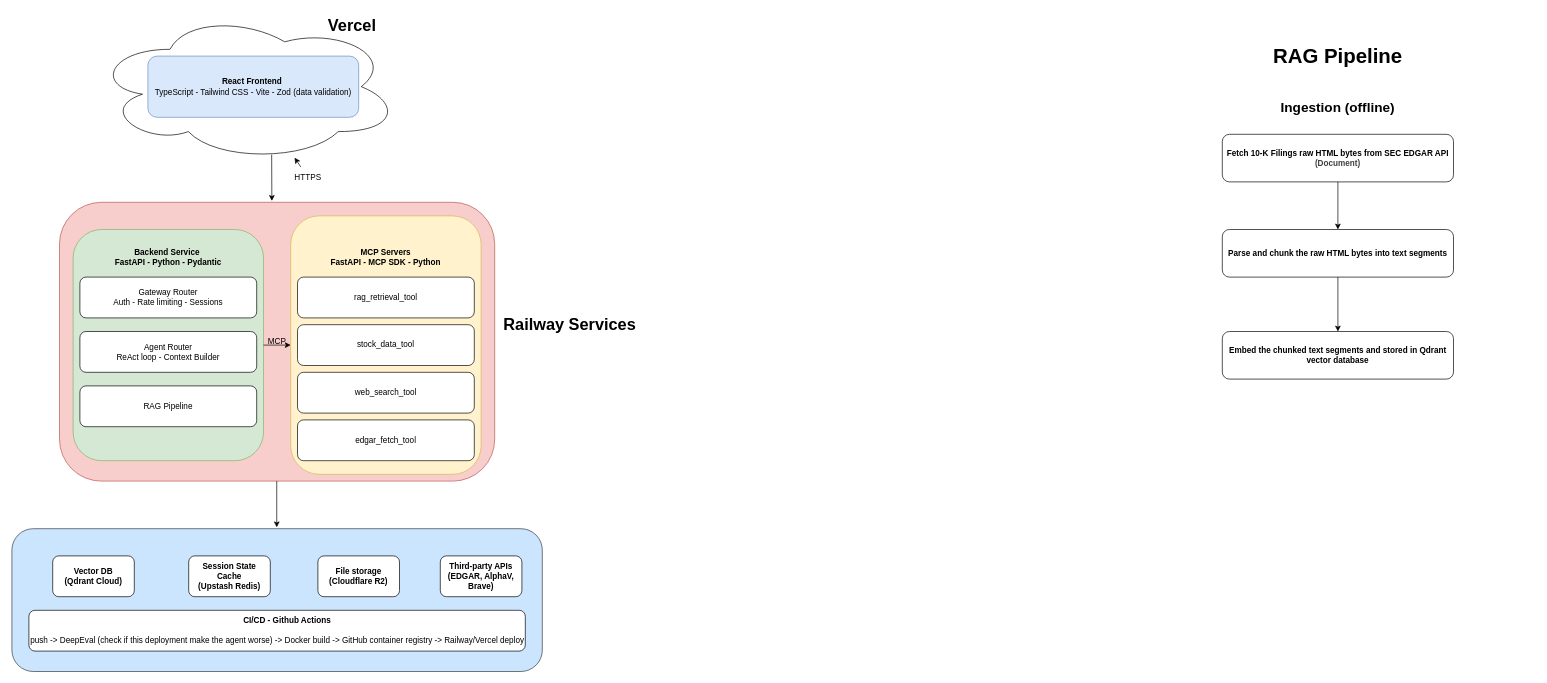
The draw.io diagram design.drawio in Giabao252/Stock-Research-AI-Agent, before the edit. Source tidied: cells renumbered, new cells numbered last; positions are measured from the earlier drawing's top-left corner, leaving out a move shared by most shapes. Both pictures are drawn from the tidied source at 68%, with x=0, y=0 at pixel (12, 12).
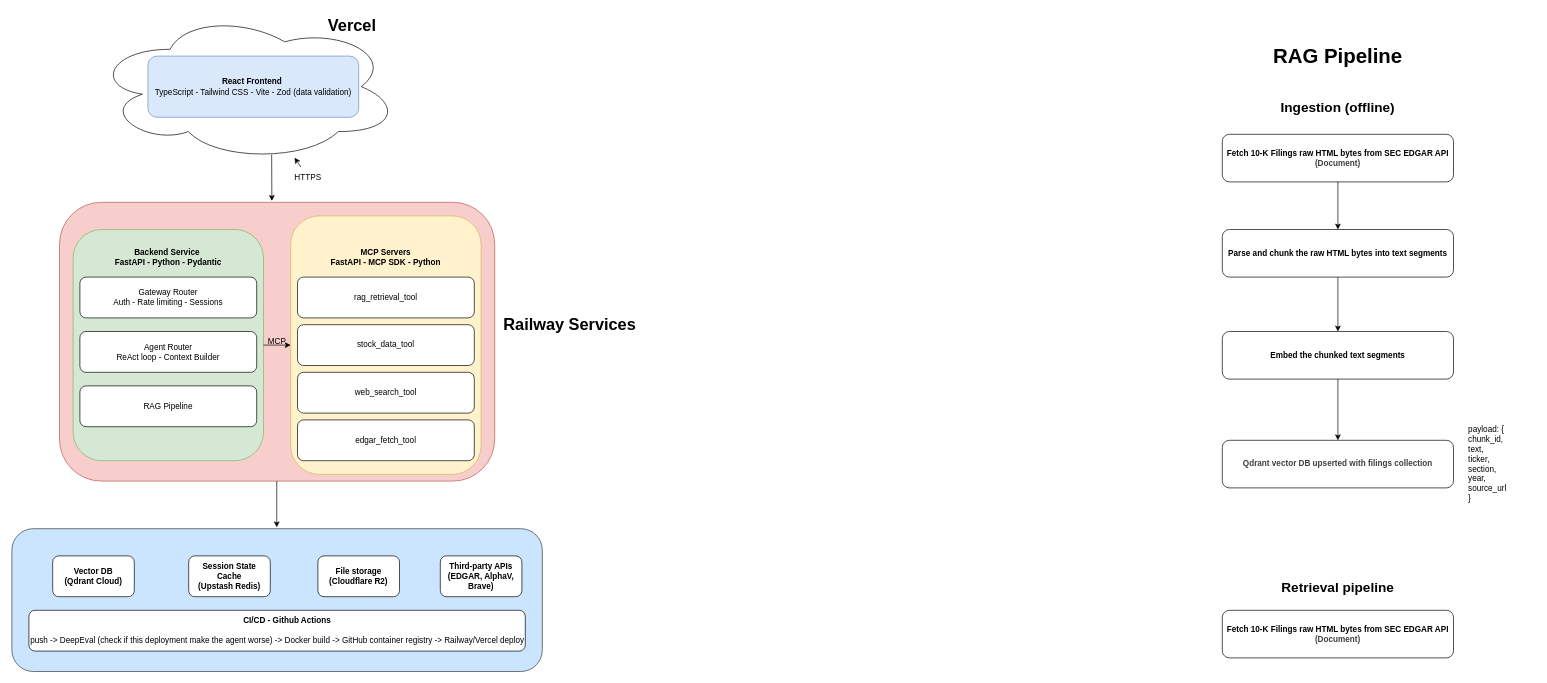
After the change.

Change to the diagram source:
```diff
@@
-    <mxCell id="34" value="&lt;b&gt;Embed the chunked text segments and stored in Qdrant vector database&lt;/b&gt;" style="rounded=1;whiteSpace=wrap;html=1;" parent="1" vertex="1">
+    <mxCell id="34" value="&lt;b&gt;Embed the chunked text segments&lt;/b&gt;" style="rounded=1;whiteSpace=wrap;html=1;" parent="1" vertex="1">
       <mxGeometry x="1780" y="470" width="340" height="70" as="geometry" />
     </mxCell>
@@
+    <mxCell id="36" style="endArrow=classic;html=1;exitX=0.5;exitY=1;exitDx=0;exitDy=0;" parent="1" edge="1" source="34">
+      <mxGeometry relative="1" as="geometry">
+        <mxPoint x="1950" y="630" as="targetPoint" />
+      </mxGeometry>
+    </mxCell>
+    <mxCell id="37" value="&lt;b style=&quot;color: rgb(63, 63, 63); scrollbar-color: rgb(226, 226, 226) rgb(251, 251, 251);&quot;&gt;Qdrant vector DB upserted with filings collection&lt;/b&gt;" style="rounded=1;whiteSpace=wrap;html=1;" parent="1" vertex="1">
+      <mxGeometry x="1780" y="630" width="340" height="70" as="geometry" />
+    </mxCell>
+    <mxCell id="38" value="payload: {&lt;div&gt;chunk_id,&lt;/div&gt;&lt;div&gt;text,&lt;/div&gt;&lt;div&gt;ticker,&lt;/div&gt;&lt;div&gt;section,&lt;/div&gt;&lt;div&gt;year,&lt;/div&gt;&lt;div&gt;source_url&lt;/div&gt;&lt;div&gt;}&lt;/div&gt;" style="text;html=1;align=left;verticalAlign=middle;whiteSpace=wrap;rounded=0;" parent="1" vertex="1">
+      <mxGeometry x="2140" y="600" width="100" height="130" as="geometry" />
+    </mxCell>
+    <mxCell id="39" value="&lt;b&gt;&lt;font style=&quot;font-size: 20px;&quot;&gt;Retrieval pipeline&lt;/font&gt;&lt;/b&gt;" style="text;html=1;align=center;verticalAlign=middle;whiteSpace=wrap;rounded=0;" parent="1" vertex="1">
+      <mxGeometry x="1855" y="830" width="190" height="30" as="geometry" />
+    </mxCell>
+    <mxCell id="40" value="&lt;b&gt;Fetch 10-K Filings raw HTML bytes from SEC EDGAR API&lt;/b&gt;&lt;br&gt;&lt;div&gt;&lt;b style=&quot;scrollbar-color: rgb(226, 226, 226) rgb(251, 251, 251); color: rgb(63, 63, 63);&quot;&gt;(Document)&lt;/b&gt;&lt;/div&gt;" style="rounded=1;whiteSpace=wrap;html=1;" parent="1" vertex="1">
+      <mxGeometry x="1780" y="880" width="340" height="70" as="geometry" />
+    </mxCell>
```
